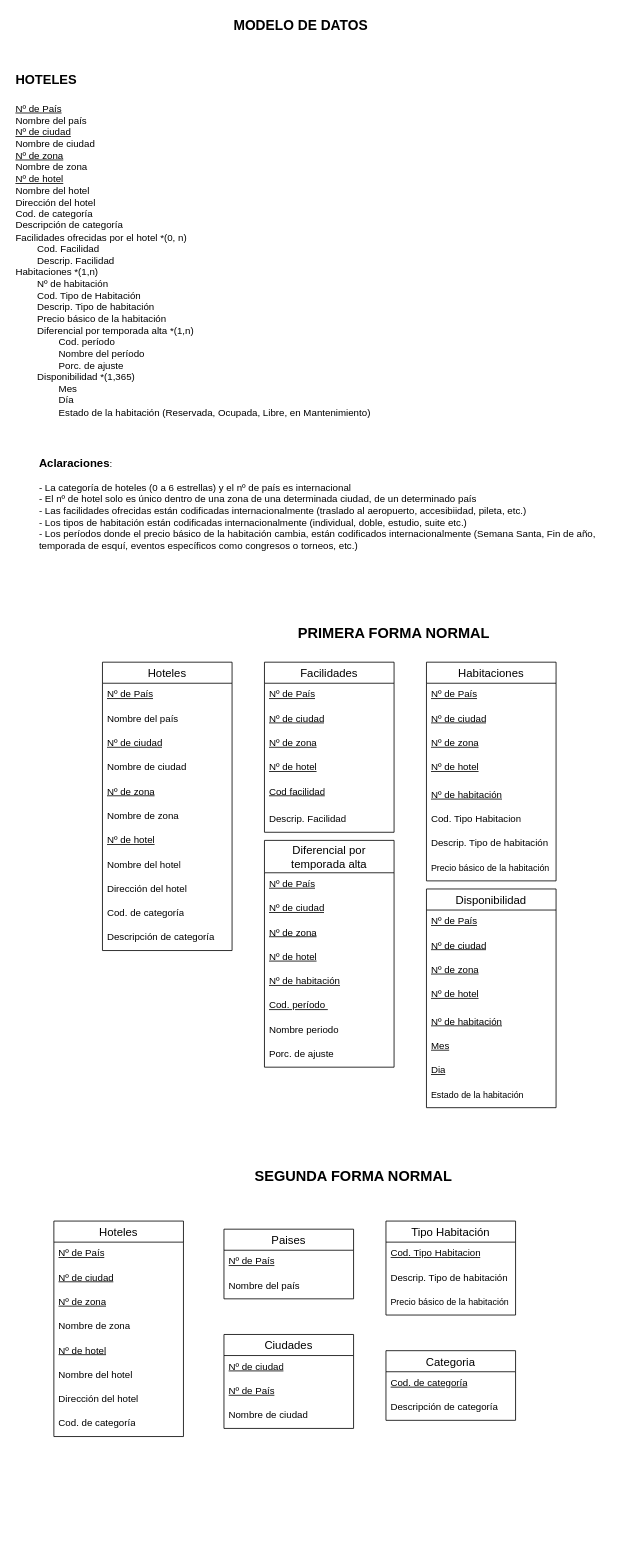
This is Diagrama-Entidad-Relacion.drawio from FrancoSimonFormia/TP-Hoteles-DABD-Grupo11, a draw.io file, before an edit. Source tidied: cells renumbered, new cells numbered last; positions are measured from the earlier drawing's top-left corner, leaving out a move shared by most shapes. Both pictures are drawn from the tidied source at 81%, with x=0, y=0 at pixel (14, 14).
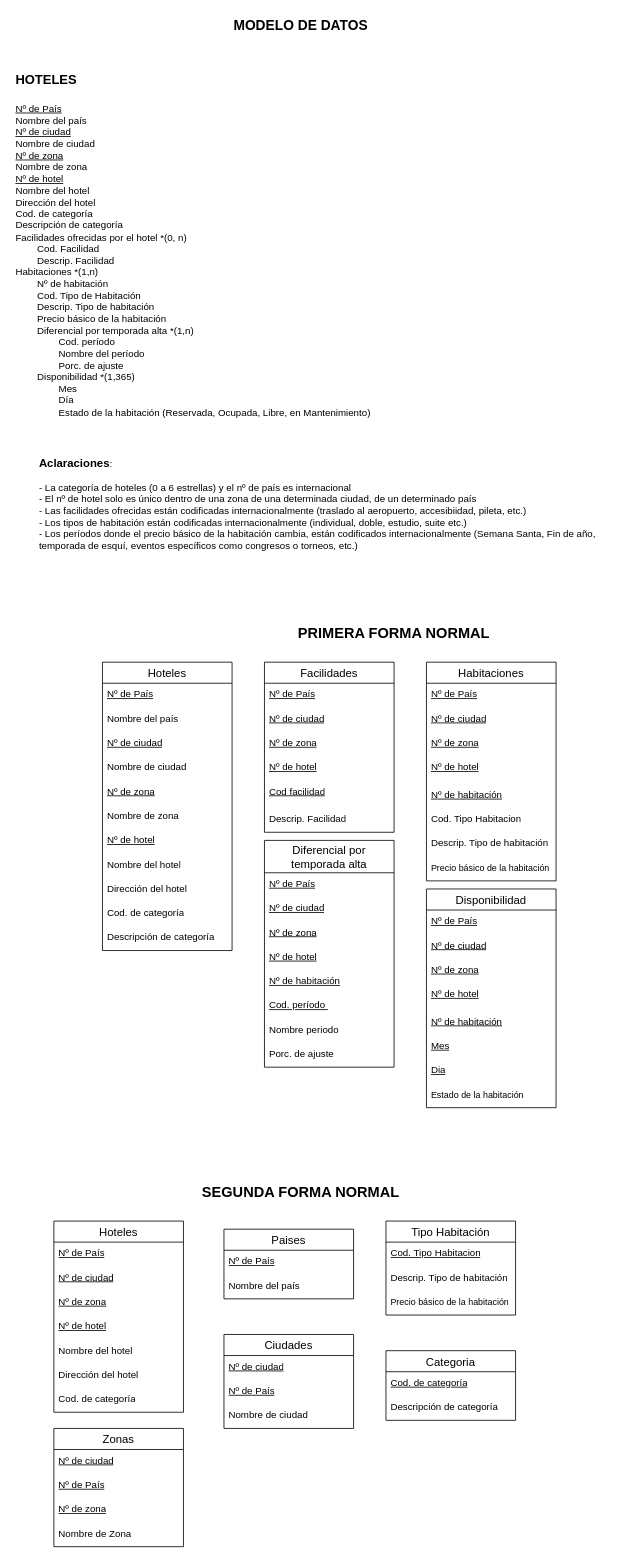
Above is the later version.

Change to the diagram source:
```diff
@@
     <mxCell id="52" value="&lt;b&gt;&lt;font style=&quot;font-size: 18px;&quot;&gt;SEGUNDA FORMA NORMAL&lt;/font&gt;&lt;/b&gt;" style="text;html=1;align=center;verticalAlign=middle;whiteSpace=wrap;rounded=0;" parent="1" vertex="1">
-      <mxGeometry x="279" y="1420" width="280" height="30" as="geometry" />
+      <mxGeometry x="214" y="1440" width="280" height="30" as="geometry" />
     </mxCell>
@@
     <mxCell id="56" value="Hoteles" style="swimlane;fontStyle=0;horizontal=1;startSize=26;align=center;fontSize=14;" parent="1" vertex="1">
-      <mxGeometry x="49" y="1490" width="160" height="266" as="geometry" />
+      <mxGeometry x="49" y="1490" width="160" height="236" as="geometry" />
     </mxCell>
@@
-    <mxCell id="60" value="Nombre de zona&lt;div&gt;&lt;br/&gt;&lt;/div&gt;" style="text;strokeColor=none;fillColor=none;spacingLeft=4;spacingRight=4;overflow=hidden;fontSize=12;whiteSpace=wrap;html=1;" parent="56" vertex="1">
-      <mxGeometry y="116" width="160" height="30" as="geometry" />
-    </mxCell>
     <mxCell id="61" value="&lt;u&gt;Nº de hotel&lt;/u&gt;&lt;div&gt;&lt;br&gt;&lt;/div&gt;" style="text;strokeColor=none;fillColor=none;spacingLeft=4;spacingRight=4;overflow=hidden;fontSize=12;whiteSpace=wrap;html=1;" parent="56" vertex="1">
-      <mxGeometry y="146" width="160" height="30" as="geometry" />
+      <mxGeometry y="116" width="160" height="30" as="geometry" />
     </mxCell>
     <mxCell id="62" value="Nombre del hotel&lt;div&gt;&lt;br/&gt;&lt;/div&gt;" style="text;strokeColor=none;fillColor=none;spacingLeft=4;spacingRight=4;overflow=hidden;fontSize=12;whiteSpace=wrap;html=1;" parent="56" vertex="1">
-      <mxGeometry y="176" width="160" height="30" as="geometry" />
+      <mxGeometry y="146" width="160" height="30" as="geometry" />
     </mxCell>
     <mxCell id="63" value="Dirección del hotel&lt;div&gt;&lt;br/&gt;&lt;/div&gt;" style="text;strokeColor=none;fillColor=none;spacingLeft=4;spacingRight=4;overflow=hidden;fontSize=12;whiteSpace=wrap;html=1;" parent="56" vertex="1">
-      <mxGeometry y="206" width="160" height="30" as="geometry" />
+      <mxGeometry y="176" width="160" height="30" as="geometry" />
     </mxCell>
     <mxCell id="64" value="Cod. de categoría&lt;div&gt;&lt;br/&gt;&lt;/div&gt;" style="text;strokeColor=none;fillColor=none;spacingLeft=4;spacingRight=4;overflow=hidden;fontSize=12;whiteSpace=wrap;html=1;" parent="56" vertex="1">
-      <mxGeometry y="236" width="160" height="30" as="geometry" />
+      <mxGeometry y="206" width="160" height="30" as="geometry" />
     </mxCell>
@@
+    <mxCell id="76" value="Zonas" style="swimlane;fontStyle=0;horizontal=1;startSize=26;align=center;fontSize=14;" parent="1" vertex="1">
+      <mxGeometry x="49" y="1746" width="160" height="146" as="geometry" />
+    </mxCell>
+    <mxCell id="77" value="&lt;u&gt;Nº de ciudad&lt;/u&gt;&lt;div&gt;&lt;br&gt;&lt;/div&gt;" style="text;strokeColor=none;fillColor=none;spacingLeft=4;spacingRight=4;overflow=hidden;fontSize=12;whiteSpace=wrap;html=1;" parent="76" vertex="1">
+      <mxGeometry y="26" width="160" height="30" as="geometry" />
+    </mxCell>
+    <mxCell id="78" value="&lt;u&gt;Nº de País&lt;/u&gt;" style="text;strokeColor=none;fillColor=none;spacingLeft=4;spacingRight=4;overflow=hidden;fontSize=12;whiteSpace=wrap;html=1;" parent="76" vertex="1">
+      <mxGeometry y="56" width="160" height="30" as="geometry" />
+    </mxCell>
+    <mxCell id="79" value="&lt;u&gt;Nº de zona&lt;/u&gt;&lt;div&gt;&lt;br&gt;&lt;/div&gt;" style="text;strokeColor=none;fillColor=none;spacingLeft=4;spacingRight=4;overflow=hidden;fontSize=12;whiteSpace=wrap;html=1;" parent="76" vertex="1">
+      <mxGeometry y="86" width="160" height="30" as="geometry" />
+    </mxCell>
+    <mxCell id="80" value="Nombre de Zona&lt;div&gt;&lt;br&gt;&lt;/div&gt;" style="text;strokeColor=none;fillColor=none;spacingLeft=4;spacingRight=4;overflow=hidden;fontSize=12;whiteSpace=wrap;html=1;" parent="76" vertex="1">
+      <mxGeometry y="116" width="160" height="30" as="geometry" />
+    </mxCell>
```
